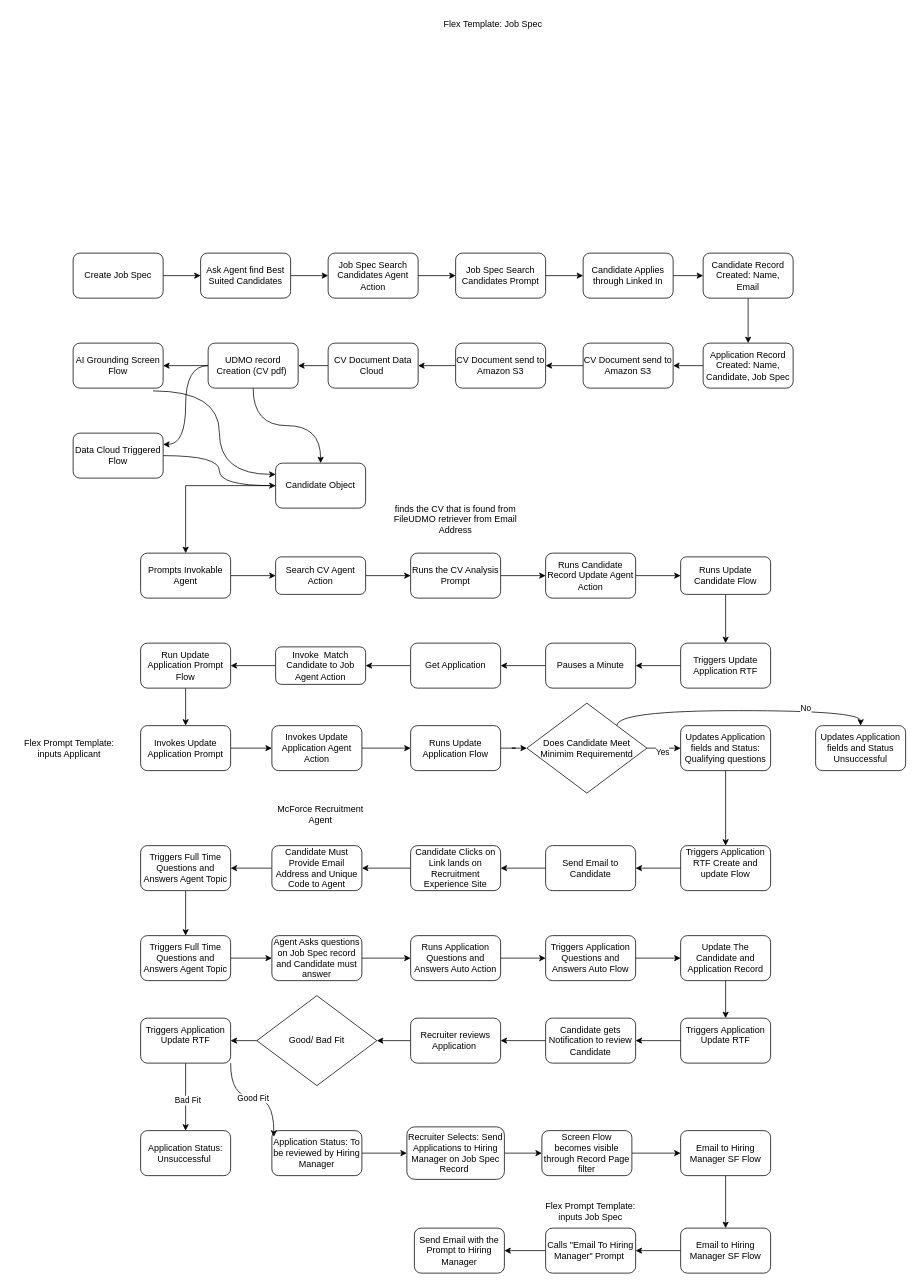
Above: Untitled Diagram.drawio in McForce/TheRealRecruit (draw.io), before the change. Source tidied: cells renumbered, new cells numbered last; positions are measured from the earlier drawing's top-left corner, leaving out a move shared by most shapes. Both pictures are drawn from the tidied source at 75%, with x=0, y=0 at pixel (13, 13).
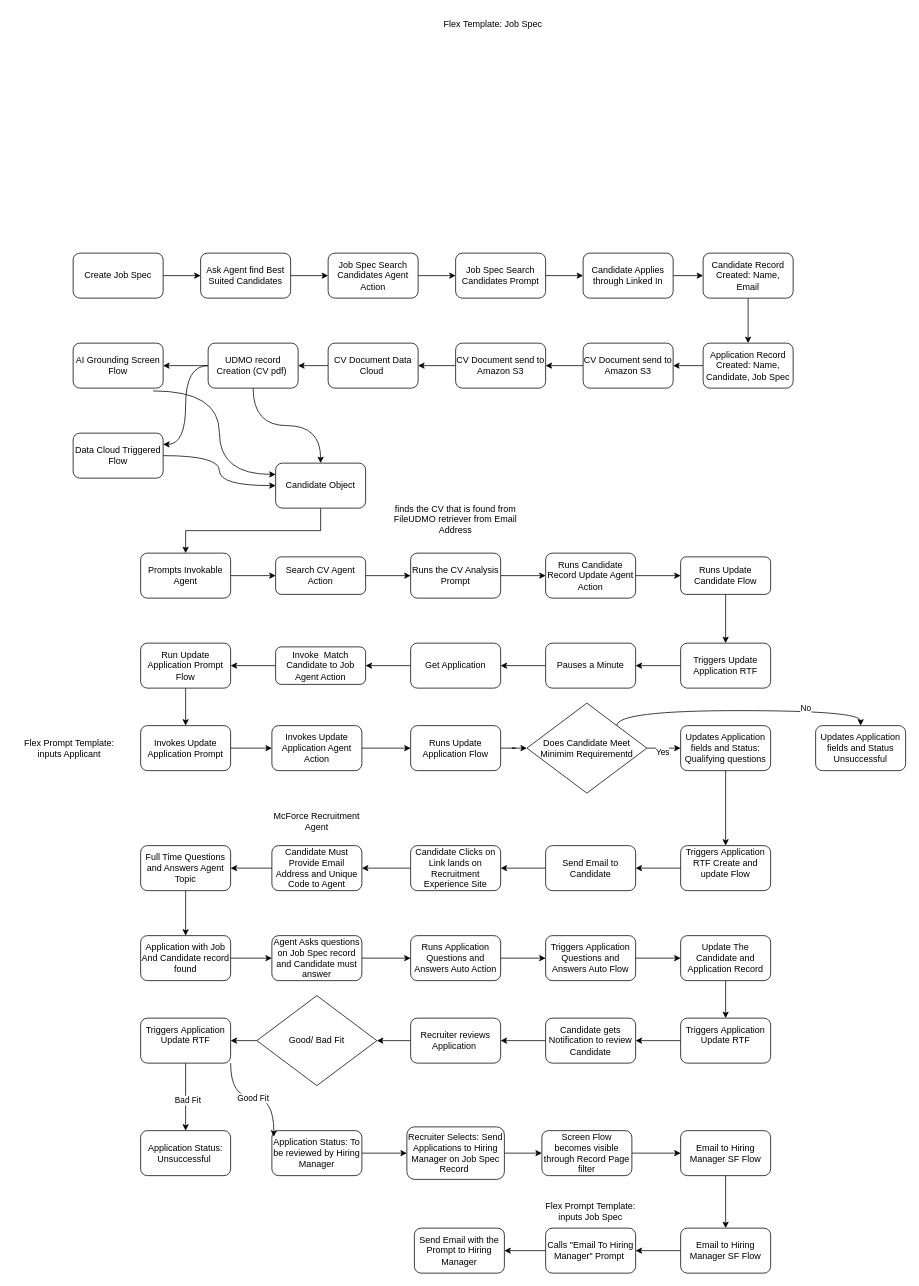
The same page after the edit.

Commit message:
Solution Design Diagram.drawio

Unchanged cells that the change refers to:
```xml
<mxCell id="7" value="Prompts Invokable Agent" style="rounded=1;whiteSpace=wrap;html=1;" parent="1" vertex="1">
  <mxGeometry x="170" y="720" width="120" height="60" as="geometry" />
</mxCell>
<mxCell id="17" value="Candidate Object" style="rounded=1;whiteSpace=wrap;html=1;" parent="1" vertex="1">
  <mxGeometry x="350" y="600" width="120" height="60" as="geometry" />
</mxCell>
```

Diff of the diagram source:
```diff
@@
-    <mxCell id="16" style="edgeStyle=orthogonalEdgeStyle;rounded=0;jettySize=auto;html=1;entryX=0.5;entryY=0;entryDx=0;entryDy=0;" parent="1" edge="1" source="17" target="7">
+    <mxCell id="16" style="edgeStyle=orthogonalEdgeStyle;rounded=0;jettySize=auto;html=1;entryX=0.5;entryY=0;entryDx=0;entryDy=0;exitX=0.5;exitY=1;exitDx=0;exitDy=0;" parent="1" edge="1" source="17" target="7">
       <mxGeometry relative="1" as="geometry" />
     </mxCell>
@@
-    <mxCell id="78" value="&lt;div&gt;&lt;span style=&quot;background-color: transparent; color: light-dark(rgb(0, 0, 0), rgb(255, 255, 255));&quot;&gt;Triggers&amp;nbsp;&lt;/span&gt;&lt;span style=&quot;background-color: transparent;&quot;&gt;Full Time Questions and Answers Agent Topic&lt;/span&gt;&lt;/div&gt;" style="rounded=1;whiteSpace=wrap;html=1;" parent="1" vertex="1">
+    <mxCell id="78" value="&lt;div&gt;&lt;span style=&quot;background-color: transparent;&quot;&gt;Full Time Questions and Answers Agent Topic&lt;/span&gt;&lt;/div&gt;" style="rounded=1;whiteSpace=wrap;html=1;" parent="1" vertex="1">
       <mxGeometry x="170" y="1110" width="120" height="60" as="geometry" />
     </mxCell>
     <mxCell id="79" value="McForce Recruitment Agent" style="text;html=1;align=center;verticalAlign=middle;whiteSpace=wrap;rounded=0;" parent="1" vertex="1">
-      <mxGeometry x="335" y="1050" width="150" height="35" as="geometry" />
+      <mxGeometry x="330" y="1060" width="150" height="35" as="geometry" />
     </mxCell>
@@
-    <mxCell id="85" value="&lt;div&gt;&lt;span style=&quot;background-color: transparent; color: light-dark(rgb(0, 0, 0), rgb(255, 255, 255));&quot;&gt;Triggers&amp;nbsp;&lt;/span&gt;&lt;span style=&quot;background-color: transparent;&quot;&gt;Full Time Questions and Answers Agent Topic&lt;/span&gt;&lt;/div&gt;" style="rounded=1;whiteSpace=wrap;html=1;" parent="1" vertex="1">
+    <mxCell id="85" value="Application with Job And Candidate record found" style="rounded=1;whiteSpace=wrap;html=1;" parent="1" vertex="1">
       <mxGeometry x="170" y="1230" width="120" height="60" as="geometry" />
     </mxCell>
```
